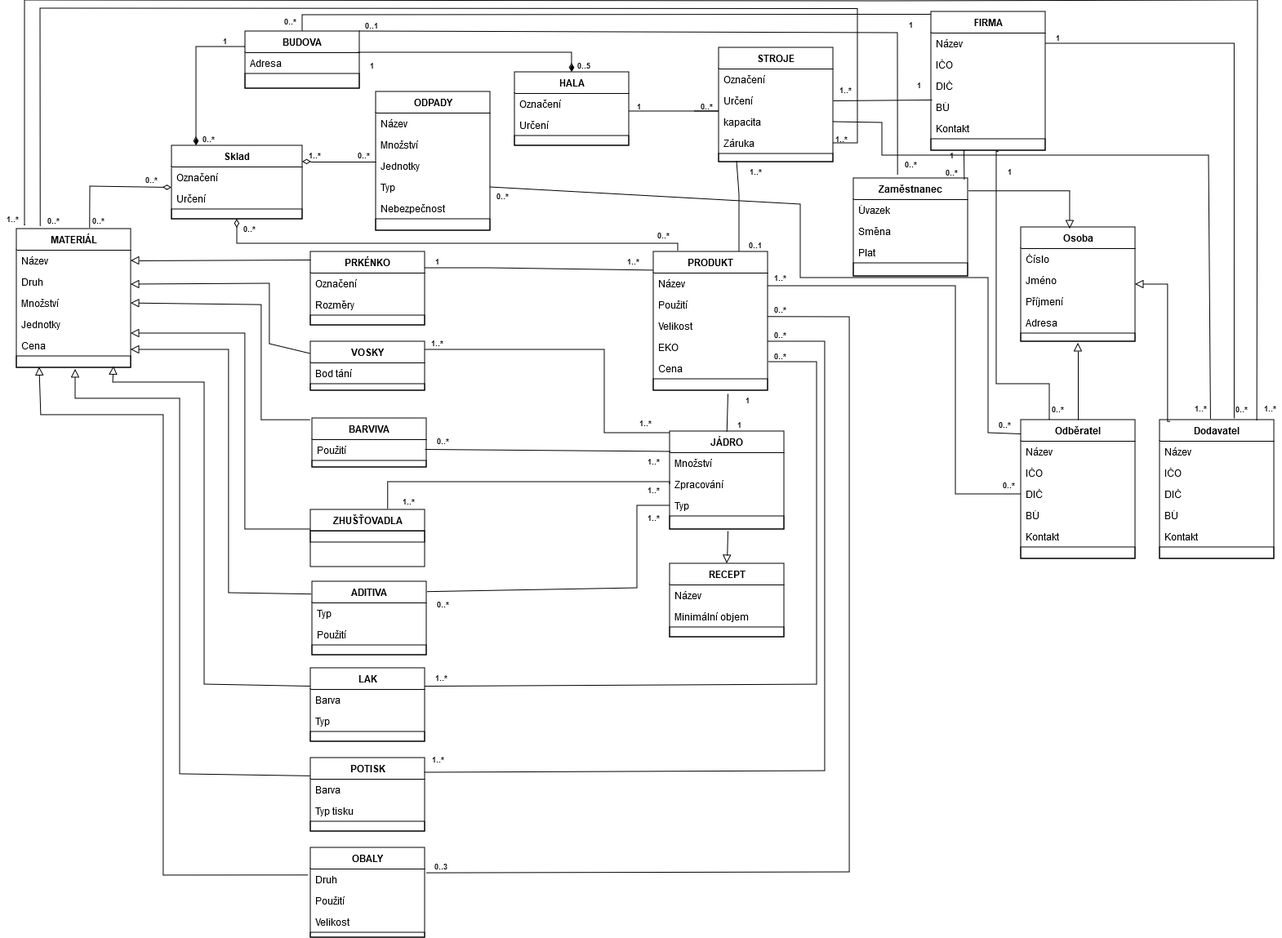
Above: SW_ING/Kosmeticka_tuzka.drawio.png in KarelMasa/pg (draw.io), before the change. Source tidied: cells renumbered, new cells last; positions are measured from the earlier drawing's top-left corner, leaving out a move shared by most shapes.
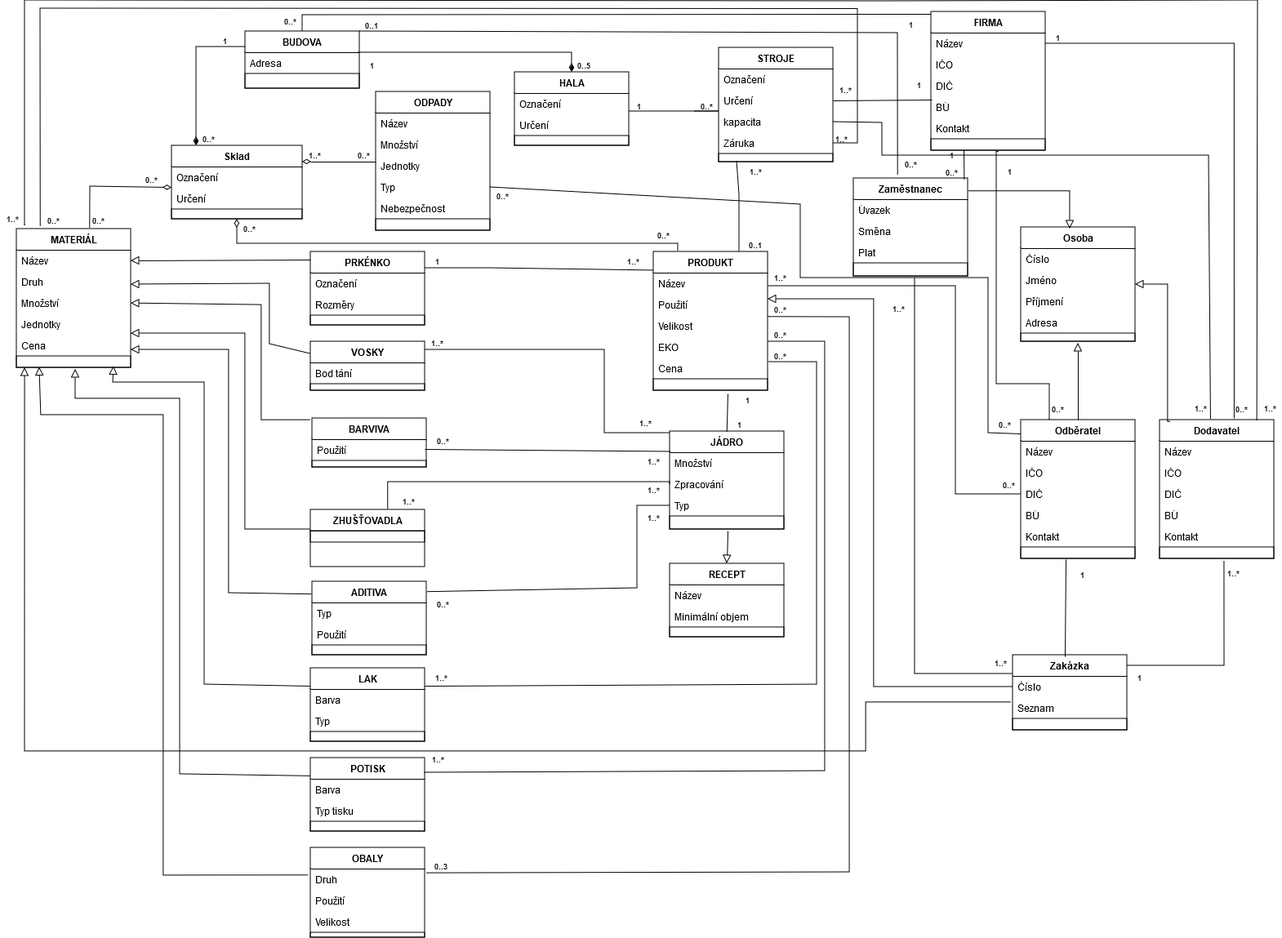
After the commit.

Diff of the diagram source:
```diff
@@ -786,5 +786,67 @@
     <mxCell id="203" value="1" style="text;html=1;align=center;verticalAlign=bottom;whiteSpace=wrap;rounded=0;fontSize=9;fontStyle=1;" parent="1" vertex="1">
       <mxGeometry x="1110" y="92" width="30" height="20" as="geometry" />
     </mxCell>
+    <mxCell id="204" value="&lt;b&gt;Zakázka&lt;/b&gt;" style="swimlane;fontStyle=0;horizontal=1;startSize=26;fillColor=none;whiteSpace=wrap;html=1;" parent="1" vertex="1">
+      <mxGeometry x="1240" y="802" width="140" height="92" as="geometry" />
+    </mxCell>
+    <mxCell id="205" value="Číslo" style="text;strokeColor=none;fillColor=none;align=left;verticalAlign=top;spacingLeft=4;spacingRight=4;overflow=hidden;points=[[0,0.5],[1,0.5]];portConstraint=eastwest;whiteSpace=wrap;html=1;" parent="204" vertex="1">
+      <mxGeometry y="26" width="140" height="26" as="geometry" />
+    </mxCell>
+    <mxCell id="206" value="Seznam" style="text;strokeColor=none;fillColor=none;align=left;verticalAlign=top;spacingLeft=4;spacingRight=4;overflow=hidden;whiteSpace=wrap;html=1;" parent="204" vertex="1">
+      <mxGeometry y="52" width="140" height="26" as="geometry" />
+    </mxCell>
+    <mxCell id="207" style="text;strokeColor=default;fillColor=none;align=left;verticalAlign=top;spacingLeft=4;spacingRight=4;overflow=hidden;whiteSpace=wrap;html=1;" parent="204" vertex="1">
+      <mxGeometry y="78" width="140" height="14" as="geometry" />
+    </mxCell>
+    <mxCell id="208" style="endArrow=none;startArrow=none;endFill=0;startFill=0;endSize=8;html=1;verticalAlign=bottom;labelBackgroundColor=none;strokeWidth=1;rounded=0;entryX=0.393;entryY=1.071;entryDx=0;entryDy=0;exitX=0.457;exitY=0.022;exitDx=0;exitDy=0;entryPerimeter=0;exitPerimeter=0;" parent="1" edge="1" source="204" target="158">
+      <mxGeometry relative="1" as="geometry" />
+    </mxCell>
+    <mxCell id="209" value="1" style="text;html=1;align=center;verticalAlign=bottom;whiteSpace=wrap;rounded=0;fontSize=9;fontStyle=1;" parent="1" vertex="1">
+      <mxGeometry x="1310" y="692" width="30" height="20" as="geometry" />
+    </mxCell>
+    <mxCell id="210" style="endArrow=none;startArrow=none;endFill=0;startFill=0;endSize=8;html=1;verticalAlign=bottom;labelBackgroundColor=none;strokeWidth=1;rounded=0;entryX=0.564;entryY=1.214;entryDx=0;entryDy=0;exitX=1;exitY=0.141;exitDx=0;exitDy=0;entryPerimeter=0;exitPerimeter=0;edgeStyle=orthogonalEdgeStyle;" parent="1" edge="1" source="204" target="165">
+      <mxGeometry relative="1" as="geometry">
+        <Array as="points">
+          <mxPoint x="1499" y="815" />
+        </Array>
+      </mxGeometry>
+    </mxCell>
+    <mxCell id="211" value="1" style="text;html=1;align=center;verticalAlign=bottom;whiteSpace=wrap;rounded=0;fontSize=9;fontStyle=1;" parent="1" vertex="1">
+      <mxGeometry x="1380" y="818" width="30" height="20" as="geometry" />
+    </mxCell>
+    <mxCell id="212" style="endArrow=none;startArrow=none;endFill=0;startFill=0;endSize=8;html=1;verticalAlign=bottom;labelBackgroundColor=none;strokeWidth=1;rounded=0;entryX=0;entryY=0.25;entryDx=0;entryDy=0;edgeStyle=orthogonalEdgeStyle;" parent="1" edge="1" target="204">
+      <mxGeometry relative="1" as="geometry">
+        <mxPoint x="1120" y="340" as="sourcePoint" />
+        <Array as="points">
+          <mxPoint x="1120" y="825" />
+        </Array>
+      </mxGeometry>
+    </mxCell>
+    <mxCell id="213" value="&lt;div&gt;1..*&lt;/div&gt;" style="text;html=1;align=center;verticalAlign=bottom;whiteSpace=wrap;rounded=0;fontSize=9;fontStyle=1;" parent="1" vertex="1">
+      <mxGeometry x="1500" y="690" width="20" height="20" as="geometry" />
+    </mxCell>
+    <mxCell id="214" value="&lt;div&gt;1..*&lt;/div&gt;" style="text;html=1;align=center;verticalAlign=bottom;whiteSpace=wrap;rounded=0;fontSize=9;fontStyle=1;" parent="1" vertex="1">
+      <mxGeometry x="1090" y="366" width="20" height="20" as="geometry" />
+    </mxCell>
+    <mxCell id="215" value="&lt;div&gt;1..*&lt;/div&gt;" style="text;html=1;align=center;verticalAlign=bottom;whiteSpace=wrap;rounded=0;fontSize=9;fontStyle=1;" parent="1" vertex="1">
+      <mxGeometry x="1215" y="800" width="20" height="20" as="geometry" />
+    </mxCell>
+    <mxCell id="216" style="endArrow=block;html=1;rounded=0;align=center;verticalAlign=bottom;endFill=0;labelBackgroundColor=none;endSize=8;exitX=0;exitY=0.5;exitDx=0;exitDy=0;edgeStyle=elbowEdgeStyle;entryX=0;entryY=0;entryDx=0;entryDy=0;" parent="1" edge="1" source="205" target="100">
+      <mxGeometry relative="1" as="geometry">
+        <Array as="points">
+          <mxPoint x="1070" y="446" />
+        </Array>
+      </mxGeometry>
+    </mxCell>
+    <mxCell id="217" style="endArrow=block;html=1;rounded=0;align=center;verticalAlign=bottom;endFill=0;labelBackgroundColor=none;endSize=8;edgeStyle=orthogonalEdgeStyle;entryX=0.071;entryY=1;entryDx=0;entryDy=0;entryPerimeter=0;" parent="1" edge="1" target="36">
+      <mxGeometry relative="1" as="geometry">
+        <mxPoint x="1238" y="860" as="sourcePoint" />
+        <Array as="points">
+          <mxPoint x="1060" y="860" />
+          <mxPoint x="1060" y="920" />
+          <mxPoint x="30" y="920" />
+        </Array>
+      </mxGeometry>
+    </mxCell>
   </root>
 </mxGraphModel>
```
